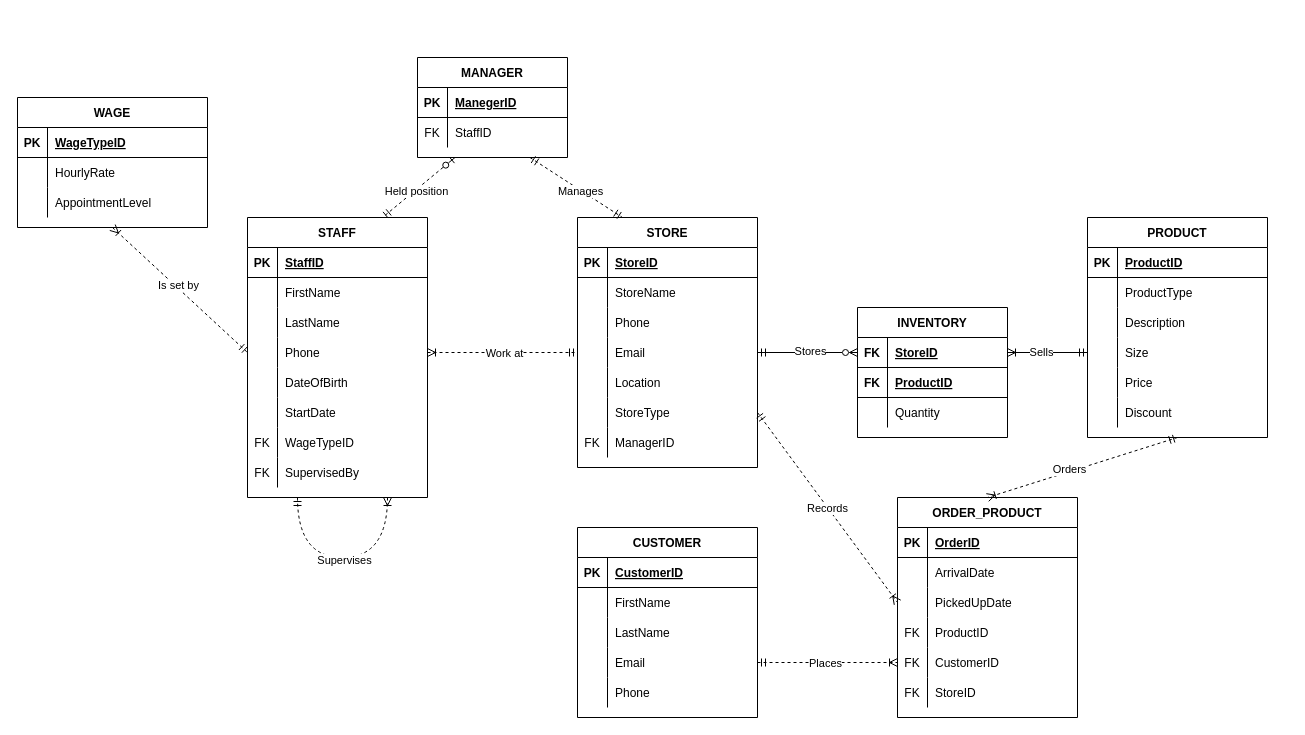
keibee-yod-bst/2814ICT keeps this draw.io diagram as FashionERD.drawio. Above is the earlier version. Source tidied: cells renumbered, new cells numbered last; positions are measured from the earlier drawing's top-left corner, leaving out a move shared by most shapes. Both pictures are drawn from the tidied source at 100%, with x=0, y=0 at pixel (17, 57).
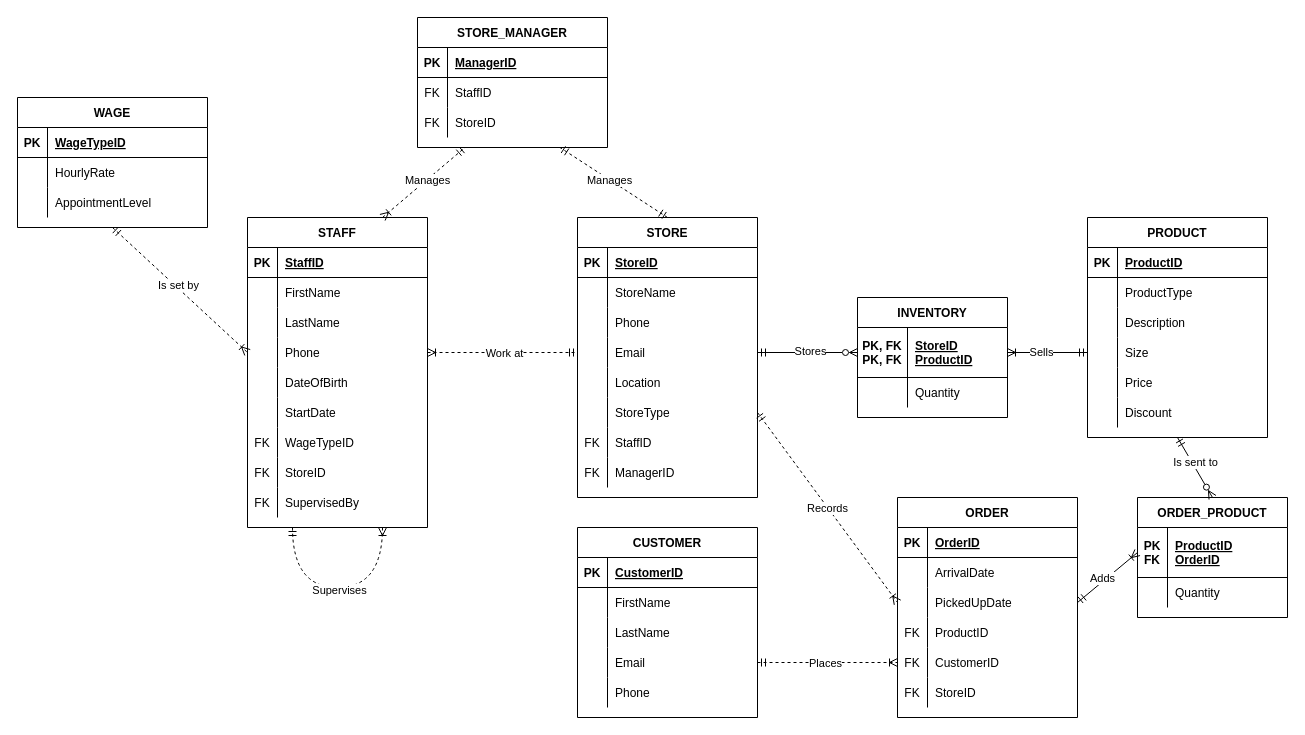
After the change.

Unchanged cells that the change refers to:
```xml
<mxCell id="34" style="shape=partialRectangle;fillColor=none;points=[[0,0.5],[1,0.5]];portConstraint=eastwest;top=0;left=0;right=0;bottom=0;" parent="24" vertex="1">
  <mxGeometry y="120" width="180" height="30" as="geometry" />
</mxCell>
<mxCell id="64" value="WAGE" style="shape=table;startSize=30;childLayout=tableLayout;rowLines=0;fontStyle=1;align=center;" parent="1" vertex="1">
  <mxGeometry y="40" width="190" height="130" as="geometry" />
</mxCell>
<mxCell id="76" value="PRODUCT" style="shape=table;startSize=30;childLayout=tableLayout;rowLines=0;fontStyle=1;align=center;" parent="1" vertex="1">
  <mxGeometry x="1070" y="160" width="180" height="220" as="geometry" />
</mxCell>
<mxCell id="104" style="shape=partialRectangle;fillColor=none;points=[[0,0.5],[1,0.5]];portConstraint=eastwest;top=0;left=0;right=0;bottom=0;" parent="97" vertex="1">
  <mxGeometry y="90" width="180" height="30" as="geometry" />
</mxCell>
```

The edit, as a diff of the source:
```diff
@@
     <mxCell id="2" value="STORE" style="shape=table;startSize=30;childLayout=tableLayout;rowLines=0;fontStyle=1;align=center;" parent="1" vertex="1">
-      <mxGeometry x="560" y="160" width="180" height="250" as="geometry" />
+      <mxGeometry x="560" y="160" width="180" height="280" as="geometry" />
     </mxCell>
@@
+    <mxCell id="150" style="shape=partialRectangle;fillColor=none;top=0;left=0;right=0;bottom=0;" parent="2" vertex="1">
+      <mxGeometry y="210" width="180" height="30" as="geometry" />
+    </mxCell>
+    <mxCell id="151" value="FK" style="shape=partialRectangle;overflow=hidden;fillColor=none;top=0;left=0;bottom=0;right=0;" parent="150" vertex="1">
+      <mxGeometry width="30" height="30" as="geometry" />
+    </mxCell>
+    <mxCell id="152" value="StaffID" style="shape=partialRectangle;overflow=hidden;fillColor=none;top=0;left=0;bottom=0;right=0;align=left;spacingLeft=6;" parent="150" vertex="1">
+      <mxGeometry x="30" width="150" height="30" as="geometry" />
+    </mxCell>
     <mxCell id="21" style="shape=partialRectangle;fillColor=none;top=0;left=0;right=0;bottom=0;" parent="2" vertex="1">
-      <mxGeometry y="210" width="180" height="30" as="geometry" />
+      <mxGeometry y="240" width="180" height="30" as="geometry" />
     </mxCell>
@@
     <mxCell id="24" value="STAFF" style="shape=table;startSize=30;childLayout=tableLayout;rowLines=0;fontStyle=1;align=center;" parent="1" vertex="1">
-      <mxGeometry x="230" y="160" width="180" height="280" as="geometry" />
+      <mxGeometry x="230" y="160" width="180" height="310" as="geometry" />
     </mxCell>
@@
+    <mxCell id="153" style="shape=partialRectangle;fillColor=none;top=0;left=0;right=0;bottom=0;" parent="24" vertex="1">
+      <mxGeometry y="240" width="180" height="30" as="geometry" />
+    </mxCell>
+    <mxCell id="154" value="FK" style="shape=partialRectangle;overflow=hidden;fillColor=none;top=0;left=0;bottom=0;right=0;" parent="153" vertex="1">
+      <mxGeometry width="30" height="30" as="geometry" />
+    </mxCell>
+    <mxCell id="155" value="StoreID" style="shape=partialRectangle;overflow=hidden;fillColor=none;top=0;left=0;bottom=0;right=0;align=left;spacingLeft=6;" parent="153" vertex="1">
+      <mxGeometry x="30" width="150" height="30" as="geometry" />
+    </mxCell>
     <mxCell id="46" style="shape=partialRectangle;fillColor=none;top=0;left=0;right=0;bottom=0;" parent="24" vertex="1">
-      <mxGeometry y="240" width="180" height="30" as="geometry" />
+      <mxGeometry y="270" width="180" height="30" as="geometry" />
     </mxCell>
@@
-    <mxCell id="49" value="MANAGER" style="shape=table;startSize=30;childLayout=tableLayout;rowLines=0;fontStyle=1;align=center;" parent="1" vertex="1">
-      <mxGeometry x="400" width="150" height="100" as="geometry" />
-    </mxCell>
-    <mxCell id="50" style="shape=partialRectangle;fillColor=none;top=0;left=0;right=0;bottom=1;" parent="49" vertex="1">
-      <mxGeometry y="30" width="150" height="30" as="geometry" />
-    </mxCell>
-    <mxCell id="51" value="PK" style="shape=partialRectangle;overflow=hidden;fillColor=none;top=0;left=0;bottom=0;right=0;fontStyle=1;" parent="50" vertex="1">
-      <mxGeometry width="30" height="30" as="geometry" />
-    </mxCell>
-    <mxCell id="52" value="ManegerID" style="shape=partialRectangle;overflow=hidden;fillColor=none;top=0;left=0;bottom=0;right=0;align=left;spacingLeft=6;fontStyle=5;" parent="50" vertex="1">
-      <mxGeometry x="30" width="120" height="30" as="geometry" />
-    </mxCell>
-    <mxCell id="53" style="shape=partialRectangle;fillColor=none;top=0;left=0;right=0;bottom=0;" parent="49" vertex="1">
-      <mxGeometry y="60" width="150" height="30" as="geometry" />
-    </mxCell>
-    <mxCell id="54" value="FK" style="shape=partialRectangle;overflow=hidden;fillColor=none;top=0;left=0;bottom=0;right=0;" parent="53" vertex="1">
-      <mxGeometry width="30" height="30" as="geometry" />
-    </mxCell>
-    <mxCell id="55" value="StaffID" style="shape=partialRectangle;overflow=hidden;fillColor=none;top=0;left=0;bottom=0;right=0;align=left;spacingLeft=6;" parent="53" vertex="1">
-      <mxGeometry x="30" width="120" height="30" as="geometry" />
-    </mxCell>
-    <mxCell id="56" style="endArrow=ERmandOne;html=1;rounded=0;entryX=0.25;entryY=0;entryDx=0;entryDy=0;exitX=0.75;exitY=1;exitDx=0;exitDy=0;startArrow=ERmandOne;startFill=0;endFill=0;dashed=1;" parent="1" edge="1" source="49" target="2">
-      <mxGeometry relative="1" as="geometry" />
-    </mxCell>
-    <mxCell id="57" value="Manages" style="edgeLabel;html=1;align=center;verticalAlign=middle;" parent="56" vertex="1">
-      <mxGeometry x="0.09" relative="1" as="geometry">
-        <mxPoint y="1" as="offset" />
-      </mxGeometry>
-    </mxCell>
-    <mxCell id="58" style="endArrow=ERmandOne;html=1;rounded=0;entryX=0.75;entryY=0;entryDx=0;entryDy=0;exitX=0.25;exitY=1;exitDx=0;exitDy=0;startArrow=ERzeroToOne;startFill=0;endFill=0;dashed=1;" parent="1" edge="1" source="49" target="24">
+    <mxCell id="58" style="endArrow=ERmandOne;html=1;rounded=0;entryX=0.75;entryY=1;entryDx=0;entryDy=0;exitX=0.5;exitY=0;exitDx=0;exitDy=0;startArrow=ERmandOne;startFill=0;endFill=0;dashed=1;" parent="1" edge="1" source="2" target="165">
       <mxGeometry relative="1" as="geometry" />
     </mxCell>
-    <mxCell id="59" value="Held position" style="edgeLabel;html=1;align=center;verticalAlign=middle;" parent="58" vertex="1">
+    <mxCell id="59" value="Manages" style="edgeLabel;html=1;align=center;verticalAlign=middle;" parent="58" vertex="1">
       <mxGeometry x="0.09" relative="1" as="geometry">
         <mxPoint y="1" as="offset" />
       </mxGeometry>
     </mxCell>
@@
     <mxCell id="62" style="endArrow=ERoneToMany;html=1;rounded=0;edgeStyle=orthogonalEdgeStyle;curved=1;startArrow=ERmandOne;startFill=0;endFill=0;dashed=1;" parent="1" edge="1">
       <mxGeometry relative="1" as="geometry">
-        <mxPoint x="280" y="440" as="sourcePoint" />
-        <mxPoint x="370" y="440" as="targetPoint" />
+        <mxPoint x="275" y="470" as="sourcePoint" />
+        <mxPoint x="365" y="470" as="targetPoint" />
         <Array as="points">
-          <mxPoint x="280" y="500" />
-          <mxPoint x="370" y="500" />
+          <mxPoint x="275" y="530" />
+          <mxPoint x="365" y="530" />
         </Array>
       </mxGeometry>
     </mxCell>
@@
-    <mxCell id="74" style="endArrow=ERmandOne;html=1;rounded=0;entryX=0;entryY=0.5;entryDx=0;entryDy=0;exitX=0.5;exitY=1;exitDx=0;exitDy=0;startArrow=ERoneToMany;startFill=0;endFill=0;dashed=1;" parent="1" edge="1" source="64" target="34">
+    <mxCell id="74" style="endArrow=ERoneToMany;html=1;rounded=0;entryX=0;entryY=0.5;entryDx=0;entryDy=0;exitX=0.5;exitY=1;exitDx=0;exitDy=0;startArrow=ERmandOne;startFill=0;endFill=0;dashed=1;" parent="1" edge="1" source="64" target="34">
       <mxGeometry relative="1" as="geometry" />
     </mxCell>
@@
-    <mxCell id="97" value="ORDER_PRODUCT" style="shape=table;startSize=30;childLayout=tableLayout;rowLines=0;fontStyle=1;align=center;" parent="1" vertex="1">
+    <mxCell id="97" value="ORDER" style="shape=table;startSize=30;childLayout=tableLayout;rowLines=0;fontStyle=1;align=center;" parent="1" vertex="1">
       <mxGeometry x="880" y="440" width="180" height="220" as="geometry" />
     </mxCell>
@@
-    <mxCell id="136" style="endArrow=ERoneToMany;html=1;rounded=0;entryX=0.5;entryY=0;entryDx=0;entryDy=0;exitX=0.5;exitY=1;exitDx=0;exitDy=0;startArrow=ERmandOne;startFill=0;endFill=0;dashed=1;" parent="1" edge="1" source="76" target="97">
+    <mxCell id="136" style="endArrow=ERmandOne;html=1;rounded=0;entryX=1;entryY=0.5;entryDx=0;entryDy=0;exitX=0;exitY=0.5;exitDx=0;exitDy=0;startArrow=ERoneToMany;startFill=0;endFill=0;" parent="1" edge="1" source="157" target="104">
       <mxGeometry relative="1" as="geometry" />
     </mxCell>
-    <mxCell id="137" value="Orders" style="edgeLabel;html=1;align=center;verticalAlign=middle;" parent="136" vertex="1">
+    <mxCell id="137" value="Adds" style="edgeLabel;html=1;align=center;verticalAlign=middle;" parent="136" vertex="1">
       <mxGeometry x="0.13" y="-3" relative="1" as="geometry" />
     </mxCell>
-    <mxCell id="138" value="INVENTORY" style="shape=table;startSize=30;childLayout=tableLayout;rowLines=0;fontStyle=1;align=center;" parent="1" vertex="1">
-      <mxGeometry x="840" y="250" width="150" height="130" as="geometry" />
+    <mxCell id="138" value="INVENTORY" style="shape=table;startSize=30;childLayout=tableLayout;rowLines=0;fontStyle=1;align=center;strokeColor=default;" parent="1" vertex="1">
+      <mxGeometry x="840" y="240" width="150" height="120" as="geometry" />
     </mxCell>
     <mxCell id="139" style="shape=partialRectangle;fillColor=none;points=[[0,0.5],[1,0.5]];portConstraint=eastwest;top=0;left=0;right=0;bottom=1;" parent="138" vertex="1">
-      <mxGeometry y="30" width="150" height="30" as="geometry" />
+      <mxGeometry y="30" width="150" height="50" as="geometry" />
     </mxCell>
-    <mxCell id="140" value="FK" style="shape=partialRectangle;overflow=hidden;fillColor=none;top=0;left=0;bottom=0;right=0;fontStyle=1;" parent="139" vertex="1">
-      <mxGeometry width="30" height="30" as="geometry" />
+    <mxCell id="140" value="PK, FK&#10;PK, FK" style="shape=partialRectangle;overflow=hidden;fillColor=none;top=0;left=0;bottom=0;right=0;fontStyle=1;" parent="139" vertex="1">
+      <mxGeometry width="50" height="50" as="geometry" />
     </mxCell>
-    <mxCell id="141" value="StoreID" style="shape=partialRectangle;overflow=hidden;fillColor=none;top=0;left=0;bottom=0;right=0;align=left;spacingLeft=6;fontStyle=5;" parent="139" vertex="1">
-      <mxGeometry x="30" width="120" height="30" as="geometry" />
+    <mxCell id="141" value="StoreID&#10;ProductID" style="shape=partialRectangle;overflow=hidden;fillColor=none;top=0;left=0;bottom=0;right=0;align=left;spacingLeft=6;fontStyle=5;" parent="139" vertex="1">
+      <mxGeometry x="50" width="100" height="50" as="geometry" />
     </mxCell>
-    <mxCell id="142" style="shape=partialRectangle;fillColor=none;top=0;left=0;right=0;bottom=1;" parent="138" vertex="1">
-      <mxGeometry y="60" width="150" height="30" as="geometry" />
-    </mxCell>
-    <mxCell id="143" value="FK" style="shape=partialRectangle;overflow=hidden;fillColor=none;top=0;left=0;bottom=0;right=0;fontStyle=1;" parent="142" vertex="1">
-      <mxGeometry width="30" height="30" as="geometry" />
-    </mxCell>
-    <mxCell id="144" value="ProductID" style="shape=partialRectangle;overflow=hidden;fillColor=none;top=0;left=0;bottom=0;right=0;align=left;spacingLeft=6;fontStyle=5;" parent="142" vertex="1">
-      <mxGeometry x="30" width="120" height="30" as="geometry" />
-    </mxCell>
     <mxCell id="145" style="shape=partialRectangle;fillColor=none;top=0;left=0;right=0;bottom=0;" parent="138" vertex="1">
-      <mxGeometry y="90" width="150" height="30" as="geometry" />
+      <mxGeometry y="80" width="150" height="30" as="geometry" />
     </mxCell>
     <mxCell id="146" style="shape=partialRectangle;overflow=hidden;fillColor=none;top=0;left=0;bottom=0;right=0;" parent="145" vertex="1">
-      <mxGeometry width="30" height="30" as="geometry" />
+      <mxGeometry width="50" height="30" as="geometry" />
     </mxCell>
     <mxCell id="147" value="Quantity" style="shape=partialRectangle;overflow=hidden;fillColor=none;top=0;left=0;bottom=0;right=0;align=left;spacingLeft=6;" parent="145" vertex="1">
-      <mxGeometry x="30" width="120" height="30" as="geometry" />
+      <mxGeometry x="50" width="100" height="30" as="geometry" />
     </mxCell>
@@
+    <mxCell id="156" value="ORDER_PRODUCT" style="shape=table;startSize=30;childLayout=tableLayout;rowLines=0;fontStyle=1;align=center;strokeColor=default;" parent="1" vertex="1">
+      <mxGeometry x="1120" y="440" width="150" height="120" as="geometry" />
+    </mxCell>
+    <mxCell id="157" style="shape=partialRectangle;fillColor=none;points=[[0,0.5],[1,0.5]];portConstraint=eastwest;top=0;left=0;right=0;bottom=1;" parent="156" vertex="1">
+      <mxGeometry y="30" width="150" height="50" as="geometry" />
+    </mxCell>
+    <mxCell id="158" value="PK&#10;FK" style="shape=partialRectangle;overflow=hidden;fillColor=none;top=0;left=0;bottom=0;right=0;fontStyle=1;" parent="157" vertex="1">
+      <mxGeometry width="30" height="50" as="geometry" />
+    </mxCell>
+    <mxCell id="159" value="ProductID&#10;OrderID" style="shape=partialRectangle;overflow=hidden;fillColor=none;top=0;left=0;bottom=0;right=0;align=left;spacingLeft=6;fontStyle=5;" parent="157" vertex="1">
+      <mxGeometry x="30" width="120" height="50" as="geometry" />
+    </mxCell>
+    <mxCell id="160" style="shape=partialRectangle;fillColor=none;top=0;left=0;right=0;bottom=0;" parent="156" vertex="1">
+      <mxGeometry y="80" width="150" height="30" as="geometry" />
+    </mxCell>
+    <mxCell id="161" style="shape=partialRectangle;overflow=hidden;fillColor=none;top=0;left=0;bottom=0;right=0;" parent="160" vertex="1">
+      <mxGeometry width="30" height="30" as="geometry" />
+    </mxCell>
+    <mxCell id="162" value="Quantity" style="shape=partialRectangle;overflow=hidden;fillColor=none;top=0;left=0;bottom=0;right=0;align=left;spacingLeft=6;" parent="160" vertex="1">
+      <mxGeometry x="30" width="120" height="30" as="geometry" />
+    </mxCell>
+    <mxCell id="163" style="endArrow=ERmandOne;html=1;rounded=0;entryX=0.5;entryY=1;entryDx=0;entryDy=0;exitX=0.5;exitY=0;exitDx=0;exitDy=0;startArrow=ERzeroToMany;startFill=0;endFill=0;" parent="1" edge="1" source="156" target="76">
+      <mxGeometry relative="1" as="geometry" />
+    </mxCell>
+    <mxCell id="164" value="Is sent to" style="edgeLabel;html=1;align=center;verticalAlign=middle;" parent="163" vertex="1">
+      <mxGeometry x="0.13" y="-3" relative="1" as="geometry" />
+    </mxCell>
+    <mxCell id="165" value="STORE_MANAGER" style="shape=table;startSize=30;childLayout=tableLayout;rowLines=0;fontStyle=1;align=center;" parent="1" vertex="1">
+      <mxGeometry x="400" y="-40" width="190" height="130" as="geometry" />
+    </mxCell>
+    <mxCell id="166" style="shape=partialRectangle;fillColor=none;top=0;left=0;right=0;bottom=1;" parent="165" vertex="1">
+      <mxGeometry y="30" width="190" height="30" as="geometry" />
+    </mxCell>
+    <mxCell id="51" value="PK" style="shape=partialRectangle;overflow=hidden;fillColor=none;top=0;left=0;bottom=0;right=0;fontStyle=1;" parent="166" vertex="1">
+      <mxGeometry width="30" height="30" as="geometry" />
+    </mxCell>
+    <mxCell id="167" value="ManagerID" style="shape=partialRectangle;overflow=hidden;fillColor=none;top=0;left=0;bottom=0;right=0;align=left;spacingLeft=6;fontStyle=5;" parent="166" vertex="1">
+      <mxGeometry x="30" width="160" height="30" as="geometry" />
+    </mxCell>
+    <mxCell id="168" style="shape=partialRectangle;fillColor=none;top=0;left=0;right=0;bottom=0;" parent="165" vertex="1">
+      <mxGeometry y="60" width="190" height="30" as="geometry" />
+    </mxCell>
+    <mxCell id="169" value="FK" style="shape=partialRectangle;overflow=hidden;fillColor=none;top=0;left=0;bottom=0;right=0;" parent="168" vertex="1">
+      <mxGeometry width="30" height="30" as="geometry" />
+    </mxCell>
+    <mxCell id="170" value="StaffID" style="shape=partialRectangle;overflow=hidden;fillColor=none;top=0;left=0;bottom=0;right=0;align=left;spacingLeft=6;" parent="168" vertex="1">
+      <mxGeometry x="30" width="160" height="30" as="geometry" />
+    </mxCell>
+    <mxCell id="171" style="shape=partialRectangle;fillColor=none;top=0;left=0;right=0;bottom=0;" parent="165" vertex="1">
+      <mxGeometry y="90" width="190" height="30" as="geometry" />
+    </mxCell>
+    <mxCell id="172" value="FK" style="shape=partialRectangle;overflow=hidden;fillColor=none;top=0;left=0;bottom=0;right=0;" parent="171" vertex="1">
+      <mxGeometry width="30" height="30" as="geometry" />
+    </mxCell>
+    <mxCell id="173" value="StoreID" style="shape=partialRectangle;overflow=hidden;fillColor=none;top=0;left=0;bottom=0;right=0;align=left;spacingLeft=6;" parent="171" vertex="1">
+      <mxGeometry x="30" width="160" height="30" as="geometry" />
+    </mxCell>
+    <mxCell id="174" style="endArrow=ERmandOne;html=1;rounded=0;entryX=0.25;entryY=1;entryDx=0;entryDy=0;exitX=0.75;exitY=0;exitDx=0;exitDy=0;startArrow=ERoneToMany;startFill=0;endFill=0;dashed=1;" parent="1" edge="1" source="24" target="165">
+      <mxGeometry relative="1" as="geometry" />
+    </mxCell>
+    <mxCell id="57" value="Manages" style="edgeLabel;html=1;align=center;verticalAlign=middle;" parent="174" vertex="1">
+      <mxGeometry x="0.09" relative="1" as="geometry">
+        <mxPoint y="1" as="offset" />
+      </mxGeometry>
+    </mxCell>
```
